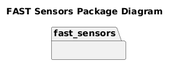
This is doc/output/FASTSensorsPackageDiagram.png from fastrobotics/fast_sensors, a PlantUML export, as it was before one commit. The source it was exported from:
```plantuml
@startuml
title FAST Sensors Package Diagram

package fast_sensors {
}

@enduml
```
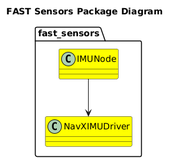
Later version of the same file.

What changed in the source:
```diff
@@ -2,6 +2,10 @@
 title FAST Sensors Package Diagram
 
 package fast_sensors {
+    class IMUNode #Yellow
+
+    class NavXIMUDriver #Yellow
+    IMUNode --> NavXIMUDriver
 }
 
 @enduml
```
